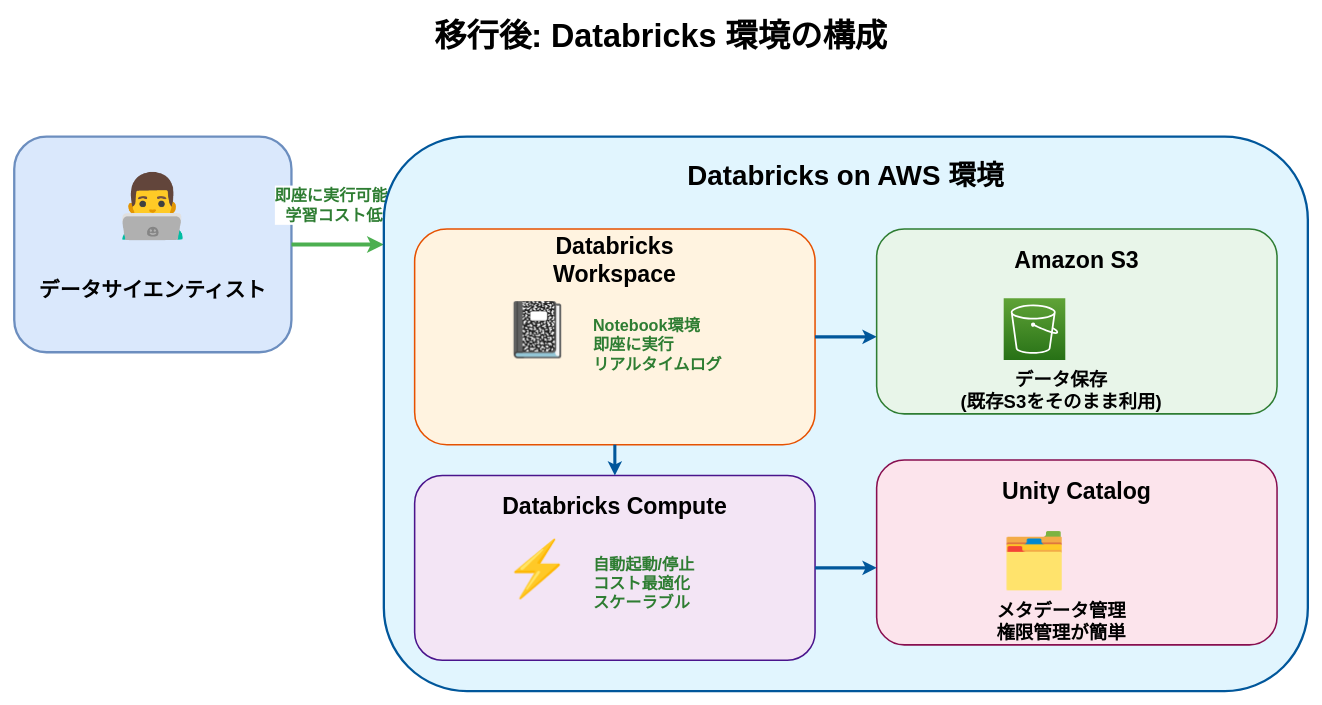
Above: assets/2025-11-07-tamesare-data-sapporo/databricks-architecture.drawio in i9wa4/i9wa4.github.io (draw.io), before the change. Source tidied: cells renumbered, new cells numbered last; positions are measured from the earlier drawing's top-left corner, leaving out a move shared by most shapes. Both pictures are drawn from the tidied source at 77%, with x=0, y=0 at pixel (14, 13).
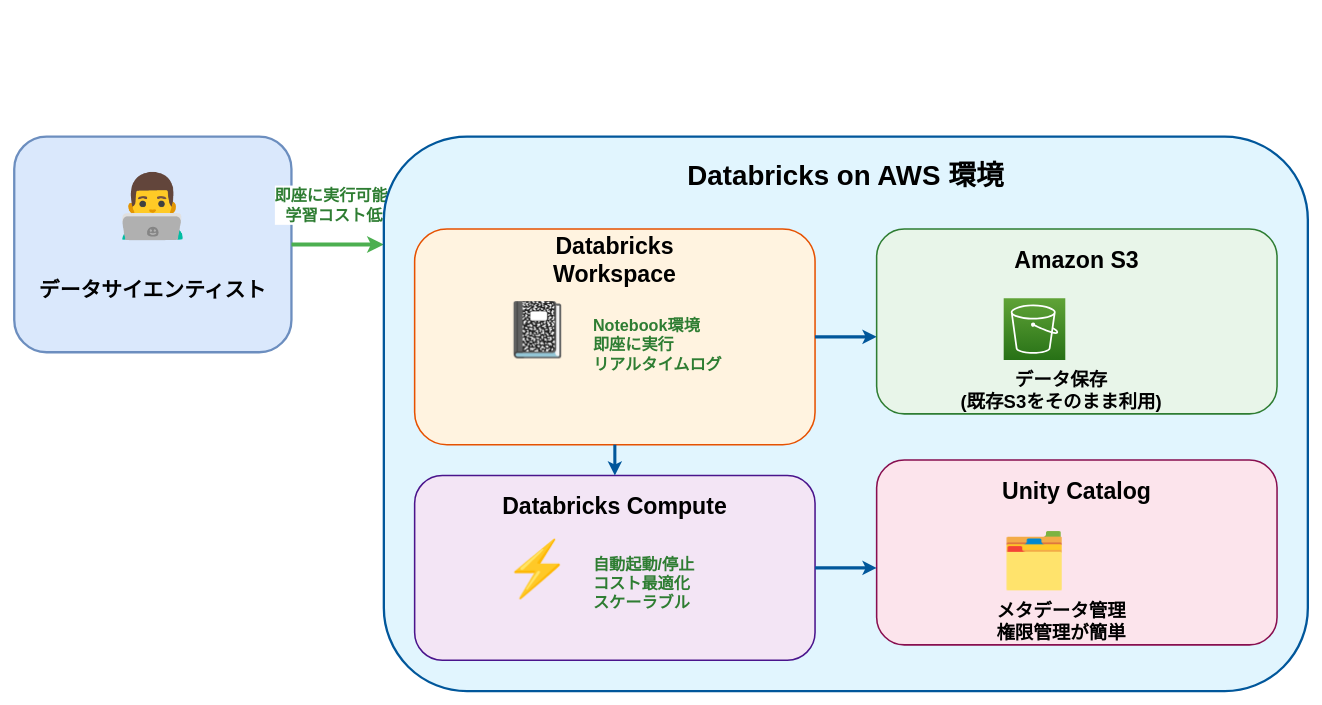
Above is the later version.

What changed in the source:
```diff
@@
-    <mxCell id="2" value="移行後: Databricks 環境の構成" style="text;html=1;strokeColor=none;fillColor=none;align=center;verticalAlign=middle;whiteSpace=wrap;rounded=0;fontSize=42;fontStyle=1;" parent="1" vertex="1">
-      <mxGeometry x="440" width="800" height="60" as="geometry" />
-    </mxCell>
```
